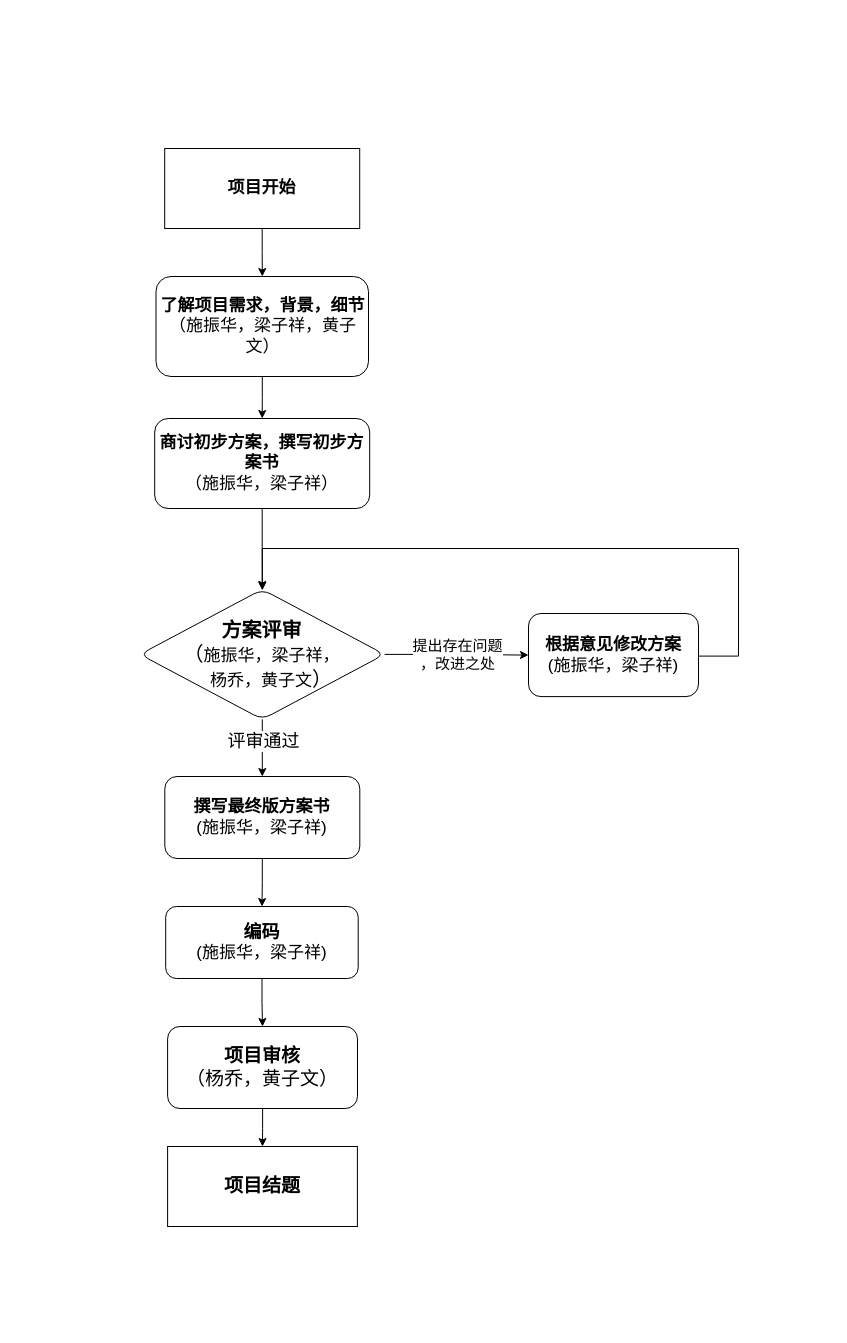
The draw.io diagram 主动防御产品化工作流程.drawio in father-liang/draw.io, before the edit. Source tidied: cells renumbered, new cells numbered last; positions are measured from the earlier drawing's top-left corner, leaving out a move shared by most shapes. Both pictures are drawn from the tidied source at 100%, with x=0, y=0 at pixel (139, 148).
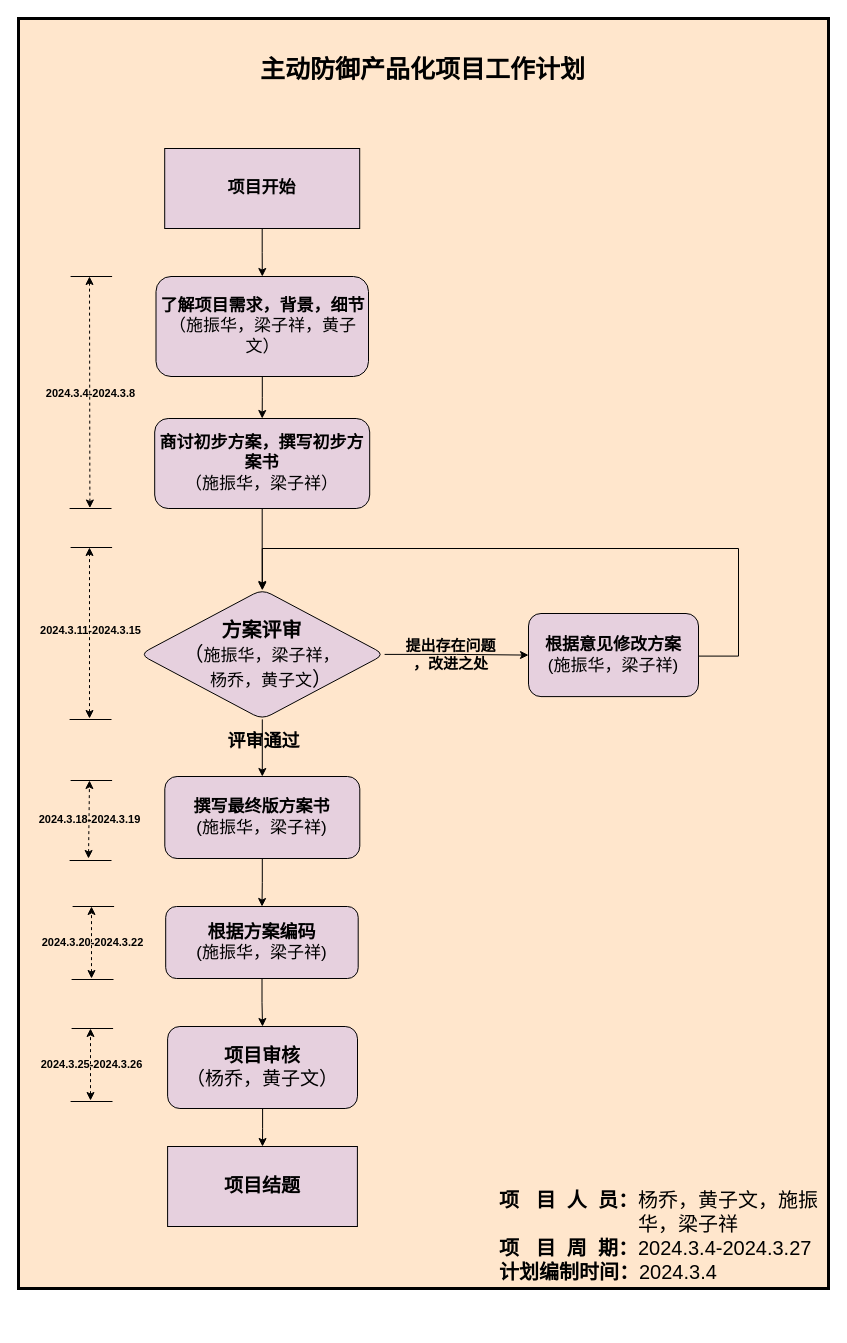
The same page after the edit.

Commit message (it also covers changes not shown here):
更新主动防御产品化工作流程.drawio

The change refers to these unchanged cells:
```xml
<mxCell id="8" style="edgeStyle=orthogonalEdgeStyle;rounded=0;jettySize=auto;html=1;" parent="1" edge="1" source="12" target="14">
  <mxGeometry relative="1" as="geometry" />
</mxCell>
<mxCell id="10" style="edgeStyle=orthogonalEdgeStyle;rounded=0;jettySize=auto;html=1;" parent="1" edge="1" source="12" target="19">
  <mxGeometry relative="1" as="geometry" />
</mxCell>
```

The edit, as a diff of the source:
```diff
@@
+    <mxCell id="22" style="rounded=0;whiteSpace=wrap;html=1;fillColor=#ffe6cc;strokeColor=default;strokeWidth=3;" parent="1" vertex="1">
+      <mxGeometry x="-121" y="-130" width="810" height="1270" as="geometry" />
+    </mxCell>
@@
-    <mxCell id="3" value="&lt;font style=&quot;font-size: 17px;&quot;&gt;&lt;b&gt;项目开始&lt;/b&gt;&lt;/font&gt;" style="rounded=0;whiteSpace=wrap;html=1;" parent="1" vertex="1">
+    <mxCell id="3" value="&lt;font style=&quot;font-size: 17px;&quot;&gt;&lt;b&gt;项目开始&lt;/b&gt;&lt;/font&gt;" style="rounded=0;whiteSpace=wrap;html=1;fillColor=#E6D0DE;" parent="1" vertex="1">
       <mxGeometry x="25.2" width="195" height="80" as="geometry" />
     </mxCell>
@@
-    <mxCell id="5" value="&lt;span style=&quot;font-size: 17px;&quot;&gt;&lt;b&gt;了解项目需求，背景，细节&lt;/b&gt;&lt;/span&gt;&lt;div&gt;&lt;span style=&quot;font-size: 17px;&quot;&gt;（施振华&lt;/span&gt;&lt;span style=&quot;font-size: 17px; background-color: initial;&quot;&gt;，&lt;/span&gt;&lt;span style=&quot;background-color: initial; font-size: 17px;&quot;&gt;梁子祥&lt;/span&gt;&lt;span style=&quot;background-color: initial; font-size: 17px;&quot;&gt;，黄子文）&lt;/span&gt;&lt;/div&gt;" style="rounded=1;whiteSpace=wrap;html=1;" parent="1" vertex="1">
+    <mxCell id="5" value="&lt;span style=&quot;font-size: 17px;&quot;&gt;&lt;b&gt;了解项目需求，背景，细节&lt;/b&gt;&lt;/span&gt;&lt;div&gt;&lt;span style=&quot;font-size: 17px;&quot;&gt;（施振华&lt;/span&gt;&lt;span style=&quot;font-size: 17px; background-color: initial;&quot;&gt;，&lt;/span&gt;&lt;span style=&quot;background-color: initial; font-size: 17px;&quot;&gt;梁子祥&lt;/span&gt;&lt;span style=&quot;background-color: initial; font-size: 17px;&quot;&gt;，黄子文）&lt;/span&gt;&lt;/div&gt;" style="rounded=1;whiteSpace=wrap;html=1;fillColor=#E6D0DE;" parent="1" vertex="1">
       <mxGeometry x="16.5" y="128" width="212.5" height="100" as="geometry" />
     </mxCell>
@@
-    <mxCell id="7" value="&lt;span style=&quot;font-size: 17px;&quot;&gt;&lt;b&gt;商讨初步方案，撰写初步方案书&lt;/b&gt;&lt;/span&gt;&lt;div&gt;&lt;span style=&quot;font-size: 17px;&quot;&gt;（&lt;/span&gt;&lt;span style=&quot;font-size: 17px; background-color: initial;&quot;&gt;施振华，&lt;/span&gt;&lt;span style=&quot;font-size: 17px; background-color: initial;&quot;&gt;梁子祥&lt;/span&gt;&lt;span style=&quot;background-color: initial; font-size: 17px;&quot;&gt;）&lt;/span&gt;&lt;/div&gt;" style="rounded=1;whiteSpace=wrap;html=1;" parent="1" vertex="1">
+    <mxCell id="7" value="&lt;span style=&quot;font-size: 17px;&quot;&gt;&lt;b&gt;商讨初步方案，撰写初步方案书&lt;/b&gt;&lt;/span&gt;&lt;div&gt;&lt;span style=&quot;font-size: 17px;&quot;&gt;（&lt;/span&gt;&lt;span style=&quot;font-size: 17px; background-color: initial;&quot;&gt;施振华，&lt;/span&gt;&lt;span style=&quot;font-size: 17px; background-color: initial;&quot;&gt;梁子祥&lt;/span&gt;&lt;span style=&quot;background-color: initial; font-size: 17px;&quot;&gt;）&lt;/span&gt;&lt;/div&gt;" style="rounded=1;whiteSpace=wrap;html=1;fillColor=#E6D0DE;" parent="1" vertex="1">
       <mxGeometry x="15.2" y="270" width="215" height="90" as="geometry" />
     </mxCell>
@@
-    <mxCell id="9" value="&lt;font style=&quot;font-size: 18px;&quot;&gt;评审通过&lt;/font&gt;" style="edgeLabel;html=1;align=center;verticalAlign=middle;" parent="8" vertex="1">
+    <mxCell id="9" value="&lt;font style=&quot;font-size: 18px;&quot;&gt;&lt;b&gt;评审通过&lt;/b&gt;&lt;/font&gt;" style="edgeLabel;html=1;align=center;verticalAlign=middle;labelBackgroundColor=none;" parent="8" vertex="1">
       <mxGeometry x="-0.22" y="1" relative="1" as="geometry" />
     </mxCell>
@@
-    <mxCell id="11" value="&lt;font style=&quot;font-size: 15px;&quot;&gt;提出存在问题&lt;/font&gt;&lt;div style=&quot;font-size: 15px;&quot;&gt;&lt;font style=&quot;font-size: 15px;&quot;&gt;，改进之处&lt;/font&gt;&lt;/div&gt;" style="edgeLabel;html=1;align=center;verticalAlign=middle;" parent="10" vertex="1">
+    <mxCell id="11" value="&lt;font style=&quot;font-size: 15px;&quot;&gt;&lt;b&gt;提出存在问题&lt;/b&gt;&lt;/font&gt;&lt;div style=&quot;font-size: 15px;&quot;&gt;&lt;font style=&quot;font-size: 15px;&quot;&gt;&lt;b&gt;，改进之处&lt;/b&gt;&lt;/font&gt;&lt;/div&gt;" style="edgeLabel;html=1;align=center;verticalAlign=middle;labelBackgroundColor=none;" parent="10" vertex="1">
       <mxGeometry x="-0.24" y="5" relative="1" as="geometry">
-        <mxPoint x="17" y="5" as="offset" />
+        <mxPoint x="10" y="5" as="offset" />
       </mxGeometry>
     </mxCell>
-    <mxCell id="12" value="&lt;font style=&quot;font-size: 20px;&quot;&gt;&lt;b&gt;方案评审&lt;/b&gt;&lt;/font&gt;&lt;div&gt;&lt;font style=&quot;font-size: 20px;&quot;&gt;（&lt;/font&gt;&lt;span style=&quot;font-size: 17px; background-color: initial;&quot;&gt;施振华&lt;/span&gt;&lt;span style=&quot;font-size: 17px; background-color: initial;&quot;&gt;，&lt;/span&gt;&lt;span style=&quot;background-color: initial; font-size: 17px;&quot;&gt;梁子祥&lt;/span&gt;&lt;span style=&quot;background-color: initial; font-size: 17px;&quot;&gt;，&lt;/span&gt;&lt;/div&gt;&lt;div&gt;&lt;span style=&quot;font-size: 17px; background-color: initial;&quot;&gt;&amp;nbsp; &amp;nbsp; 杨乔&lt;/span&gt;&lt;span style=&quot;font-size: 17px; background-color: initial;&quot;&gt;，&lt;/span&gt;&lt;span style=&quot;background-color: initial; font-size: 17px;&quot;&gt;黄子文&lt;/span&gt;&lt;span style=&quot;background-color: initial; font-size: 20px;&quot;&gt;）&lt;/span&gt;&lt;/div&gt;" style="rhombus;whiteSpace=wrap;html=1;rounded=1;" parent="1" vertex="1">
+    <mxCell id="12" value="&lt;font style=&quot;font-size: 20px;&quot;&gt;&lt;b&gt;方案评审&lt;/b&gt;&lt;/font&gt;&lt;div&gt;&lt;font style=&quot;font-size: 20px;&quot;&gt;（&lt;/font&gt;&lt;span style=&quot;font-size: 17px; background-color: initial;&quot;&gt;施振华&lt;/span&gt;&lt;span style=&quot;font-size: 17px; background-color: initial;&quot;&gt;，&lt;/span&gt;&lt;span style=&quot;background-color: initial; font-size: 17px;&quot;&gt;梁子祥&lt;/span&gt;&lt;span style=&quot;background-color: initial; font-size: 17px;&quot;&gt;，&lt;/span&gt;&lt;/div&gt;&lt;div&gt;&lt;span style=&quot;font-size: 17px; background-color: initial;&quot;&gt;&amp;nbsp; &amp;nbsp; 杨乔&lt;/span&gt;&lt;span style=&quot;font-size: 17px; background-color: initial;&quot;&gt;，&lt;/span&gt;&lt;span style=&quot;background-color: initial; font-size: 17px;&quot;&gt;黄子文&lt;/span&gt;&lt;span style=&quot;background-color: initial; font-size: 20px;&quot;&gt;）&lt;/span&gt;&lt;/div&gt;" style="rhombus;whiteSpace=wrap;html=1;rounded=1;fillColor=#E6D0DE;" parent="1" vertex="1">
       <mxGeometry x="0.4" y="440.9" width="244.7" height="130" as="geometry" />
     </mxCell>
@@
-    <mxCell id="14" value="&lt;font style=&quot;font-size: 17px;&quot;&gt;&lt;b&gt;撰写最终版方案书&lt;/b&gt;&lt;/font&gt;&lt;div&gt;&lt;font style=&quot;font-size: 17px;&quot;&gt;(施振华&lt;/font&gt;&lt;span style=&quot;font-size: 17px; background-color: initial;&quot;&gt;，&lt;/span&gt;&lt;span style=&quot;font-size: 17px; background-color: initial;&quot;&gt;梁子祥&lt;/span&gt;&lt;span style=&quot;background-color: initial; font-size: 17px;&quot;&gt;)&lt;/span&gt;&lt;/div&gt;" style="whiteSpace=wrap;html=1;rounded=1;" parent="1" vertex="1">
+    <mxCell id="14" value="&lt;font style=&quot;font-size: 17px;&quot;&gt;&lt;b&gt;撰写最终版方案书&lt;/b&gt;&lt;/font&gt;&lt;div&gt;&lt;font style=&quot;font-size: 17px;&quot;&gt;(施振华&lt;/font&gt;&lt;span style=&quot;font-size: 17px; background-color: initial;&quot;&gt;，&lt;/span&gt;&lt;span style=&quot;font-size: 17px; background-color: initial;&quot;&gt;梁子祥&lt;/span&gt;&lt;span style=&quot;background-color: initial; font-size: 17px;&quot;&gt;)&lt;/span&gt;&lt;/div&gt;" style="whiteSpace=wrap;html=1;rounded=1;fillColor=#E6D0DE;" parent="1" vertex="1">
       <mxGeometry x="25.3" y="628" width="195" height="82" as="geometry" />
     </mxCell>
@@
-    <mxCell id="16" value="&lt;font style=&quot;font-size: 18px;&quot;&gt;&lt;b&gt;编码&lt;/b&gt;&lt;/font&gt;&lt;div&gt;&lt;font style=&quot;font-size: 17px;&quot;&gt;(施振华&lt;/font&gt;&lt;span style=&quot;background-color: initial; font-size: 17px;&quot;&gt;，&lt;/span&gt;&lt;span style=&quot;background-color: initial; font-size: 17px;&quot;&gt;梁子祥&lt;/span&gt;&lt;span style=&quot;background-color: initial; font-size: 17px;&quot;&gt;)&lt;/span&gt;&lt;br&gt;&lt;/div&gt;" style="whiteSpace=wrap;html=1;rounded=1;" parent="1" vertex="1">
+    <mxCell id="16" value="&lt;font style=&quot;font-size: 18px;&quot;&gt;&lt;b&gt;根据方案编码&lt;/b&gt;&lt;/font&gt;&lt;div&gt;&lt;font style=&quot;font-size: 17px;&quot;&gt;(施振华&lt;/font&gt;&lt;span style=&quot;background-color: initial; font-size: 17px;&quot;&gt;，&lt;/span&gt;&lt;span style=&quot;background-color: initial; font-size: 17px;&quot;&gt;梁子祥&lt;/span&gt;&lt;span style=&quot;background-color: initial; font-size: 17px;&quot;&gt;)&lt;/span&gt;&lt;br&gt;&lt;/div&gt;" style="whiteSpace=wrap;html=1;rounded=1;fillColor=#E6D0DE;" parent="1" vertex="1">
       <mxGeometry x="26.2" y="758" width="192.5" height="72" as="geometry" />
     </mxCell>
-    <mxCell id="17" value="&lt;font style=&quot;font-size: 19px;&quot;&gt;&lt;b&gt;项目结题&lt;/b&gt;&lt;/font&gt;" style="whiteSpace=wrap;html=1;rounded=0;" parent="1" vertex="1">
+    <mxCell id="17" value="&lt;font style=&quot;font-size: 19px;&quot;&gt;&lt;b&gt;项目结题&lt;/b&gt;&lt;/font&gt;" style="whiteSpace=wrap;html=1;rounded=0;fillColor=#E6D0DE;" parent="1" vertex="1">
       <mxGeometry x="28.1" y="998" width="189.8" height="80" as="geometry" />
     </mxCell>
@@
-    <mxCell id="19" value="&lt;font style=&quot;font-size: 17px;&quot;&gt;&lt;b&gt;根据意见修改方案&lt;/b&gt;&lt;/font&gt;&lt;div&gt;&lt;font style=&quot;font-size: 17px;&quot;&gt;(施振华&lt;span style=&quot;background-color: initial;&quot;&gt;，&lt;/span&gt;&lt;span style=&quot;background-color: initial;&quot;&gt;梁子祥&lt;/span&gt;&lt;span style=&quot;background-color: initial;&quot;&gt;)&lt;/span&gt;&lt;br&gt;&lt;/font&gt;&lt;/div&gt;" style="whiteSpace=wrap;html=1;rounded=1;" parent="1" vertex="1">
+    <mxCell id="19" value="&lt;font style=&quot;font-size: 17px;&quot;&gt;&lt;b&gt;根据意见修改方案&lt;/b&gt;&lt;/font&gt;&lt;div&gt;&lt;font style=&quot;font-size: 17px;&quot;&gt;(施振华&lt;span style=&quot;background-color: initial;&quot;&gt;，&lt;/span&gt;&lt;span style=&quot;background-color: initial;&quot;&gt;梁子祥&lt;/span&gt;&lt;span style=&quot;background-color: initial;&quot;&gt;)&lt;/span&gt;&lt;br&gt;&lt;/font&gt;&lt;/div&gt;" style="whiteSpace=wrap;html=1;rounded=1;fillColor=#E6D0DE;" parent="1" vertex="1">
       <mxGeometry x="389" y="465" width="170" height="83.1" as="geometry" />
     </mxCell>
@@
-    <mxCell id="21" value="&lt;font style=&quot;font-size: 19px;&quot;&gt;&lt;b&gt;项目审核&lt;/b&gt;&lt;/font&gt;&lt;div&gt;&lt;font style=&quot;font-size: 19px;&quot;&gt;（杨乔，黄子文）&lt;/font&gt;&lt;/div&gt;" style="rounded=1;whiteSpace=wrap;html=1;" parent="1" vertex="1">
+    <mxCell id="21" value="&lt;font style=&quot;font-size: 19px;&quot;&gt;&lt;b&gt;项目审核&lt;/b&gt;&lt;/font&gt;&lt;div&gt;&lt;font style=&quot;font-size: 19px;&quot;&gt;（杨乔，黄子文）&lt;/font&gt;&lt;/div&gt;" style="rounded=1;whiteSpace=wrap;html=1;fillColor=#E6D0DE;" parent="1" vertex="1">
       <mxGeometry x="28.1" y="878" width="189.9" height="82" as="geometry" />
     </mxCell>
+    <mxCell id="23" value="&lt;b&gt;&lt;font style=&quot;font-size: 25px;&quot;&gt;主动防御产品化项目工作计划&lt;/font&gt;&lt;/b&gt;" style="text;html=1;align=center;verticalAlign=middle;strokeColor=none;fillColor=none;" parent="1" vertex="1">
+      <mxGeometry x="108" y="-100" width="350" height="40" as="geometry" />
+    </mxCell>
+    <mxCell id="24" style="endArrow=classic;startArrow=classic;html=1;rounded=0;dashed=1;exitX=0.159;exitY=0.994;exitDx=0;exitDy=0;exitPerimeter=0;" parent="1" edge="1">
+      <mxGeometry relative="1" as="geometry">
+        <mxPoint x="-49.6" y="359.5" as="sourcePoint" />
+        <mxPoint x="-50" y="128" as="targetPoint" />
+      </mxGeometry>
+    </mxCell>
+    <mxCell id="25" value="&lt;b&gt;2024.3.4-2024.3.8&lt;/b&gt;" style="edgeLabel;html=1;align=center;verticalAlign=middle;labelBackgroundColor=none;" parent="24" vertex="1">
+      <mxGeometry x="0.11" relative="1" as="geometry">
+        <mxPoint y="13" as="offset" />
+      </mxGeometry>
+    </mxCell>
+    <mxCell id="26" style="endArrow=none;html=1;rounded=0;entryX=0.25;entryY=0;entryDx=0;entryDy=0;" parent="1" edge="1">
+      <mxGeometry relative="1" as="geometry">
+        <mxPoint x="-68.9" y="128" as="sourcePoint" />
+        <mxPoint x="-27.4" y="128" as="targetPoint" />
+      </mxGeometry>
+    </mxCell>
+    <mxCell id="27" style="endArrow=none;html=1;rounded=0;entryX=0.25;entryY=0;entryDx=0;entryDy=0;" parent="1" edge="1">
+      <mxGeometry relative="1" as="geometry">
+        <mxPoint x="-69.9" y="360" as="sourcePoint" />
+        <mxPoint x="-28" y="360" as="targetPoint" />
+      </mxGeometry>
+    </mxCell>
+    <mxCell id="28" style="endArrow=classic;startArrow=classic;html=1;rounded=0;dashed=1;" parent="1" edge="1">
+      <mxGeometry relative="1" as="geometry">
+        <mxPoint x="-50" y="570" as="sourcePoint" />
+        <mxPoint x="-50" y="399" as="targetPoint" />
+      </mxGeometry>
+    </mxCell>
+    <mxCell id="29" value="&lt;b&gt;2024.3.11-2024.3.15&lt;/b&gt;" style="edgeLabel;html=1;align=center;verticalAlign=middle;labelBackgroundColor=none;" parent="28" vertex="1">
+      <mxGeometry x="0.11" relative="1" as="geometry">
+        <mxPoint y="6" as="offset" />
+      </mxGeometry>
+    </mxCell>
+    <mxCell id="30" style="endArrow=none;html=1;rounded=0;entryX=0.25;entryY=0;entryDx=0;entryDy=0;" parent="1" edge="1">
+      <mxGeometry relative="1" as="geometry">
+        <mxPoint x="-68.9" y="399" as="sourcePoint" />
+        <mxPoint x="-27.4" y="399" as="targetPoint" />
+      </mxGeometry>
+    </mxCell>
+    <mxCell id="31" style="endArrow=none;html=1;rounded=0;entryX=0.25;entryY=0;entryDx=0;entryDy=0;" parent="1" edge="1">
+      <mxGeometry relative="1" as="geometry">
+        <mxPoint x="-69.9" y="571" as="sourcePoint" />
+        <mxPoint x="-28" y="571" as="targetPoint" />
+      </mxGeometry>
+    </mxCell>
+    <mxCell id="32" style="endArrow=classic;startArrow=classic;html=1;rounded=0;dashed=1;" parent="1" edge="1">
+      <mxGeometry relative="1" as="geometry">
+        <mxPoint x="-51" y="710" as="sourcePoint" />
+        <mxPoint x="-50" y="632" as="targetPoint" />
+      </mxGeometry>
+    </mxCell>
+    <mxCell id="33" value="&lt;b&gt;2024.3.18-2024.3.19&lt;/b&gt;" style="edgeLabel;html=1;align=center;verticalAlign=middle;labelBackgroundColor=none;" parent="32" vertex="1">
+      <mxGeometry x="0.11" relative="1" as="geometry">
+        <mxPoint y="3" as="offset" />
+      </mxGeometry>
+    </mxCell>
+    <mxCell id="34" style="endArrow=none;html=1;rounded=0;entryX=0.25;entryY=0;entryDx=0;entryDy=0;" parent="1" edge="1">
+      <mxGeometry relative="1" as="geometry">
+        <mxPoint x="-68.9" y="632" as="sourcePoint" />
+        <mxPoint x="-27.4" y="632" as="targetPoint" />
+      </mxGeometry>
+    </mxCell>
+    <mxCell id="35" style="endArrow=none;html=1;rounded=0;entryX=0.25;entryY=0;entryDx=0;entryDy=0;" parent="1" edge="1">
+      <mxGeometry relative="1" as="geometry">
+        <mxPoint x="-69.9" y="712" as="sourcePoint" />
+        <mxPoint x="-28" y="712" as="targetPoint" />
+      </mxGeometry>
+    </mxCell>
+    <mxCell id="36" style="endArrow=classic;startArrow=classic;html=1;rounded=0;dashed=1;" parent="1" edge="1">
+      <mxGeometry relative="1" as="geometry">
+        <mxPoint x="-48" y="830" as="sourcePoint" />
+        <mxPoint x="-48" y="758" as="targetPoint" />
+      </mxGeometry>
+    </mxCell>
+    <mxCell id="37" value="&lt;b&gt;2024.3.20-2024.3.22&lt;/b&gt;" style="edgeLabel;html=1;align=center;verticalAlign=middle;labelBackgroundColor=none;" parent="36" vertex="1">
+      <mxGeometry x="0.11" relative="1" as="geometry">
+        <mxPoint y="3" as="offset" />
+      </mxGeometry>
+    </mxCell>
+    <mxCell id="38" style="endArrow=none;html=1;rounded=0;entryX=0.25;entryY=0;entryDx=0;entryDy=0;" parent="1" edge="1">
+      <mxGeometry relative="1" as="geometry">
+        <mxPoint x="-66.9" y="758" as="sourcePoint" />
+        <mxPoint x="-25.4" y="758" as="targetPoint" />
+      </mxGeometry>
+    </mxCell>
+    <mxCell id="39" style="endArrow=none;html=1;rounded=0;entryX=0.25;entryY=0;entryDx=0;entryDy=0;" parent="1" edge="1">
+      <mxGeometry relative="1" as="geometry">
+        <mxPoint x="-67.9" y="831" as="sourcePoint" />
+        <mxPoint x="-26" y="831" as="targetPoint" />
+      </mxGeometry>
+    </mxCell>
+    <mxCell id="40" style="endArrow=classic;startArrow=classic;html=1;rounded=0;dashed=1;" parent="1" edge="1">
+      <mxGeometry relative="1" as="geometry">
+        <mxPoint x="-49" y="952" as="sourcePoint" />
+        <mxPoint x="-49" y="880" as="targetPoint" />
+      </mxGeometry>
+    </mxCell>
+    <mxCell id="41" value="&lt;b&gt;2024.3.25-2024.3.26&lt;/b&gt;" style="edgeLabel;html=1;align=center;verticalAlign=middle;labelBackgroundColor=none;" parent="40" vertex="1">
+      <mxGeometry x="0.11" relative="1" as="geometry">
+        <mxPoint y="3" as="offset" />
+      </mxGeometry>
+    </mxCell>
+    <mxCell id="42" style="endArrow=none;html=1;rounded=0;entryX=0.25;entryY=0;entryDx=0;entryDy=0;" parent="1" edge="1">
+      <mxGeometry relative="1" as="geometry">
+        <mxPoint x="-67.9" y="880" as="sourcePoint" />
+        <mxPoint x="-26.4" y="880" as="targetPoint" />
+      </mxGeometry>
+    </mxCell>
+    <mxCell id="43" style="endArrow=none;html=1;rounded=0;entryX=0.25;entryY=0;entryDx=0;entryDy=0;" parent="1" edge="1">
+      <mxGeometry relative="1" as="geometry">
+        <mxPoint x="-68.9" y="953" as="sourcePoint" />
+        <mxPoint x="-27" y="953" as="targetPoint" />
+      </mxGeometry>
+    </mxCell>
+    <mxCell id="44" value="&lt;div style=&quot;text-align: left;&quot;&gt;&lt;font style=&quot;font-size: 20px;&quot;&gt;&lt;b&gt;项&amp;nbsp; &amp;nbsp;目&amp;nbsp; 人&amp;nbsp; 员：&lt;/b&gt;杨乔，黄子文，施振&amp;nbsp; &amp;nbsp; &amp;nbsp; &amp;nbsp; &amp;nbsp; &amp;nbsp; &amp;nbsp; &amp;nbsp; &amp;nbsp; &amp;nbsp; &amp;nbsp; &amp;nbsp; &amp;nbsp; &amp;nbsp;华，梁子祥&lt;/font&gt;&lt;/div&gt;&lt;div style=&quot;text-align: left;&quot;&gt;&lt;font style=&quot;font-size: 20px;&quot;&gt;&lt;b&gt;项&amp;nbsp; &amp;nbsp;目&amp;nbsp; 周&amp;nbsp; 期：&lt;/b&gt;2024.3.4-2024.3.27&lt;/font&gt;&lt;/div&gt;&lt;div style=&quot;text-align: left;&quot;&gt;&lt;span style=&quot;background-color: initial;&quot;&gt;&lt;font style=&quot;font-size: 20px;&quot;&gt;&lt;b&gt;计划编制时间：&lt;/b&gt;2024.3.4&lt;/font&gt;&lt;/span&gt;&lt;/div&gt;" style="text;html=1;align=center;verticalAlign=middle;whiteSpace=wrap;rounded=0;" parent="1" vertex="1">
+      <mxGeometry x="359" y="997" width="330" height="180" as="geometry" />
+    </mxCell>
```
